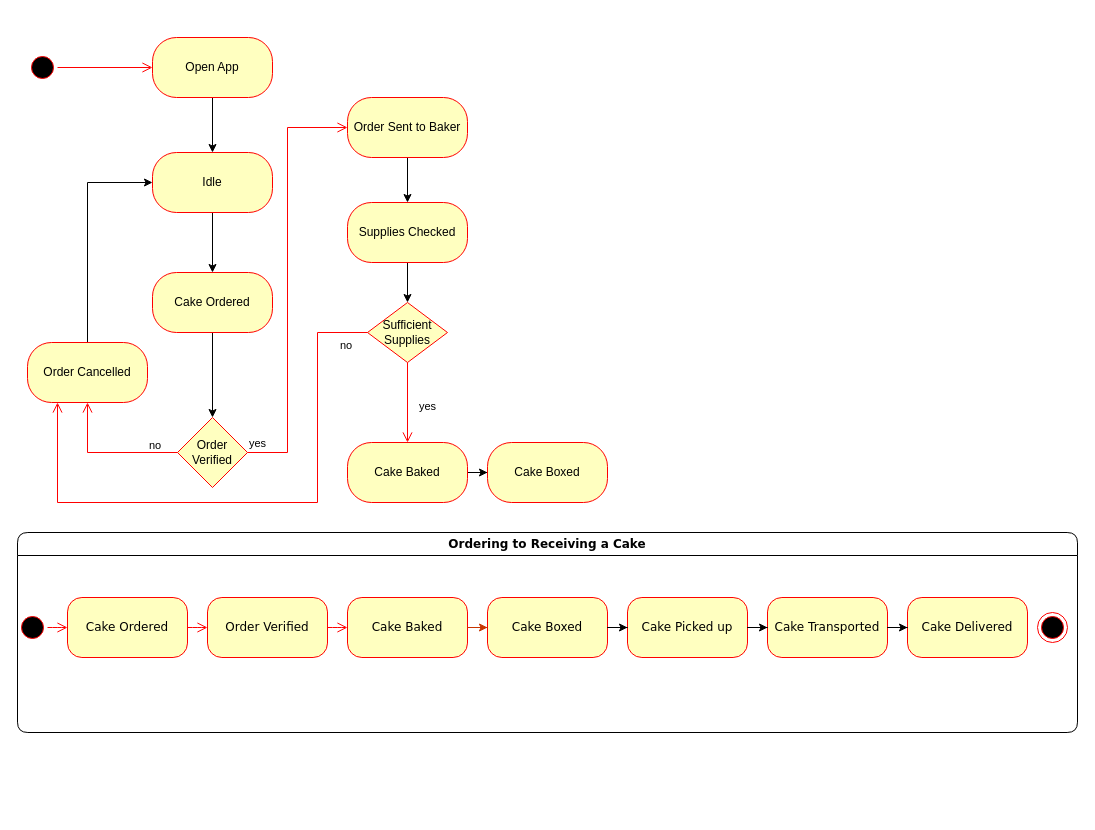
Before: planning/Cake Company State.drawio in ligipop/PlanningSolutions, a draw.io diagram. Source tidied: cells renumbered, new cells numbered last; positions are measured from the earlier drawing's top-left corner, leaving out a move shared by most shapes. Both pictures are drawn from the tidied source at 100%, with x=0, y=0 at pixel (17, 37).
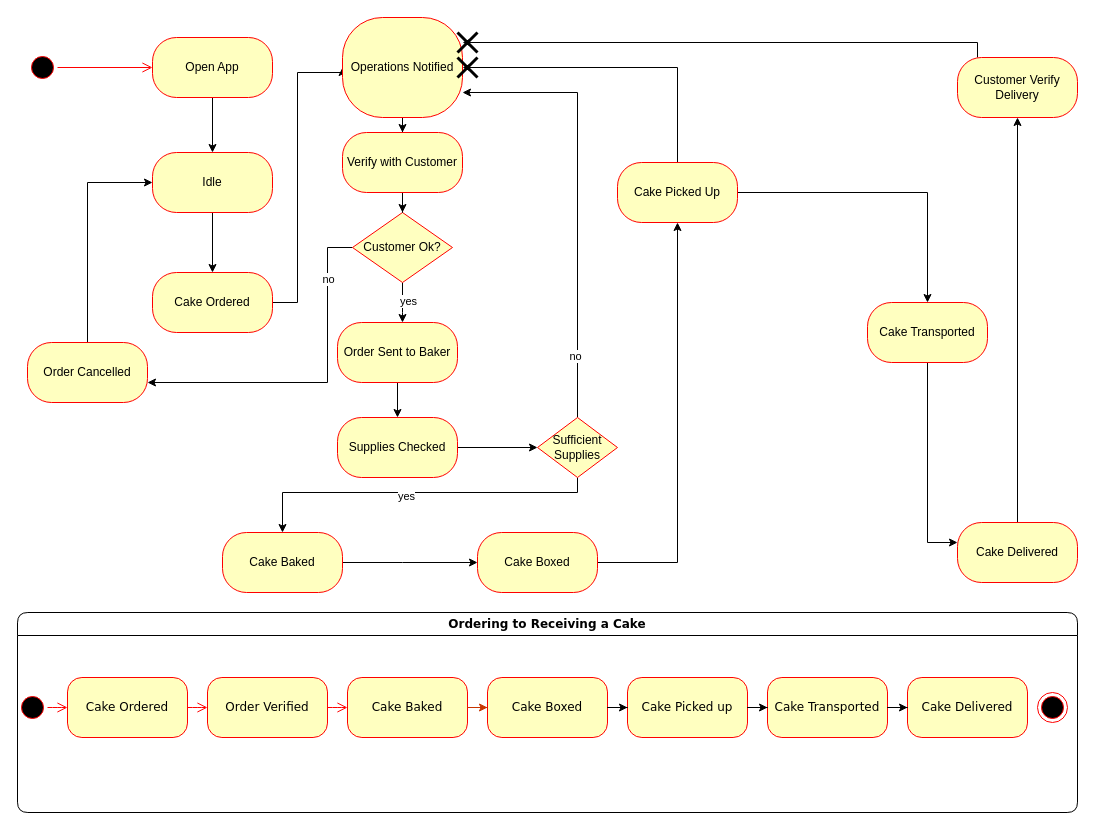
The same diagram, later.

Commit message:
Update Cake Company State_final.drawio

The change refers to these unchanged cells:
```xml
<mxCell id="26" value="Cake Ordered" style="whiteSpace=wrap;html=1;fillColor=#ffffc0;strokeColor=#ff0000;fontColor=#000000;rounded=1;arcSize=40;" parent="1" vertex="1">
  <mxGeometry x="135" y="235" width="120" height="60" as="geometry" />
</mxCell>
<mxCell id="31" value="Order Cancelled" style="whiteSpace=wrap;html=1;fillColor=#ffffc0;strokeColor=#ff0000;fontColor=#000000;rounded=1;arcSize=40;" parent="1" vertex="1">
  <mxGeometry x="10" y="305" width="120" height="60" as="geometry" />
</mxCell>
```

The edit, as a diff of the source:
```diff
@@
     <mxCell id="3" value="Ordering to Receiving a Cake" style="swimlane;whiteSpace=wrap;html=1;rounded=1;shadow=0;comic=0;labelBackgroundColor=none;strokeWidth=1;fontFamily=Verdana;fontSize=12;align=center;" parent="1" vertex="1">
-      <mxGeometry y="495" width="1060" height="200" as="geometry" />
+      <mxGeometry y="575" width="1060" height="200" as="geometry" />
     </mxCell>
@@
-    <mxCell id="25" style="edgeStyle=orthogonalEdgeStyle;rounded=0;jettySize=auto;html=1;" parent="1" edge="1" source="26" target="27">
-      <mxGeometry relative="1" as="geometry" />
-    </mxCell>
+    <mxCell id="42" style="edgeStyle=orthogonalEdgeStyle;rounded=0;jettySize=auto;html=1;entryX=0;entryY=0.5;entryDx=0;entryDy=0;" parent="1" edge="1" source="26" target="49">
+      <mxGeometry relative="1" as="geometry">
+        <Array as="points">
+          <mxPoint x="280" y="265" />
+          <mxPoint x="280" y="35" />
+        </Array>
+      </mxGeometry>
+    </mxCell>
@@
+    <mxCell id="28" style="edgeStyle=orthogonalEdgeStyle;rounded=0;jettySize=auto;html=1;" parent="1" edge="1" source="27" target="33">
+      <mxGeometry relative="1" as="geometry">
+        <Array as="points">
+          <mxPoint x="385" y="275" />
+          <mxPoint x="385" y="275" />
+        </Array>
+      </mxGeometry>
+    </mxCell>
+    <mxCell id="43" value="yes" style="edgeLabel;html=1;align=center;verticalAlign=middle;" parent="28" vertex="1">
+      <mxGeometry x="-0.88" y="2" relative="1" as="geometry">
+        <mxPoint x="3" y="16" as="offset" />
+      </mxGeometry>
+    </mxCell>
+    <mxCell id="29" style="edgeStyle=orthogonalEdgeStyle;rounded=0;jettySize=auto;html=1;" parent="1" edge="1" source="27" target="31">
+      <mxGeometry relative="1" as="geometry">
+        <Array as="points">
+          <mxPoint x="310" y="210" />
+          <mxPoint x="310" y="345" />
+        </Array>
+      </mxGeometry>
+    </mxCell>
+    <mxCell id="44" value="no" style="edgeLabel;html=1;align=center;verticalAlign=middle;" parent="29" vertex="1">
+      <mxGeometry x="-0.67" relative="1" as="geometry" />
+    </mxCell>
-    <mxCell id="27" value="Order Verified" style="rhombus;whiteSpace=wrap;html=1;fillColor=#ffffc0;strokeColor=#ff0000;" parent="1" vertex="1">
-      <mxGeometry x="160" y="380" width="70" height="70" as="geometry" />
+    <mxCell id="27" value="Customer Ok?" style="rhombus;whiteSpace=wrap;html=1;fillColor=#ffffc0;strokeColor=#ff0000;" parent="1" vertex="1">
+      <mxGeometry x="335" y="175" width="100" height="70" as="geometry" />
     </mxCell>
-    <mxCell id="28" value="&lt;div&gt;yes&lt;/div&gt;" style="edgeStyle=orthogonalEdgeStyle;html=1;align=left;verticalAlign=bottom;endArrow=open;endSize=8;strokeColor=#ff0000;rounded=0;entryX=0;entryY=0.5;entryDx=0;entryDy=0;" parent="1" edge="1" source="27" target="33">
-      <mxGeometry x="-1" relative="1" as="geometry">
-        <Array as="points">
-          <mxPoint x="270" y="415" />
-          <mxPoint x="270" y="90" />
-        </Array>
-      </mxGeometry>
-    </mxCell>
-    <mxCell id="29" value="no" style="edgeStyle=orthogonalEdgeStyle;html=1;align=left;verticalAlign=top;endArrow=open;endSize=8;strokeColor=#ff0000;rounded=0;entryX=0.5;entryY=1;entryDx=0;entryDy=0;" parent="1" edge="1" source="27" target="31">
-      <mxGeometry x="-0.57" y="-20" relative="1" as="geometry">
-        <Array as="points">
-          <mxPoint x="70" y="415" />
-        </Array>
-      </mxGeometry>
-    </mxCell>
@@
     <mxCell id="33" value="Order Sent to Baker" style="whiteSpace=wrap;html=1;fillColor=#ffffc0;strokeColor=#ff0000;fontColor=#000000;rounded=1;arcSize=40;" parent="1" vertex="1">
-      <mxGeometry x="330" y="60" width="120" height="60" as="geometry" />
+      <mxGeometry x="320" y="285" width="120" height="60" as="geometry" />
     </mxCell>
@@
     <mxCell id="35" value="Supplies Checked" style="whiteSpace=wrap;html=1;fillColor=#ffffc0;strokeColor=#ff0000;fontColor=#000000;rounded=1;arcSize=40;" parent="1" vertex="1">
-      <mxGeometry x="330" y="165" width="120" height="60" as="geometry" />
+      <mxGeometry x="320" y="380" width="120" height="60" as="geometry" />
     </mxCell>
+    <mxCell id="45" style="edgeStyle=orthogonalEdgeStyle;rounded=0;jettySize=auto;html=1;" parent="1" edge="1" source="36" target="49">
+      <mxGeometry relative="1" as="geometry">
+        <Array as="points">
+          <mxPoint x="560" y="55" />
+        </Array>
+      </mxGeometry>
+    </mxCell>
+    <mxCell id="46" value="no" style="edgeLabel;html=1;align=center;verticalAlign=middle;" parent="45" vertex="1">
+      <mxGeometry x="-0.72" y="3" relative="1" as="geometry" />
+    </mxCell>
+    <mxCell id="37" style="edgeStyle=orthogonalEdgeStyle;rounded=0;jettySize=auto;html=1;" parent="1" edge="1" source="36" target="40">
+      <mxGeometry relative="1" as="geometry">
+        <Array as="points">
+          <mxPoint x="560" y="455" />
+        </Array>
+      </mxGeometry>
+    </mxCell>
+    <mxCell id="47" value="yes" style="edgeLabel;html=1;align=center;verticalAlign=middle;" parent="37" vertex="1">
+      <mxGeometry x="0.07" y="3" relative="1" as="geometry" />
+    </mxCell>
     <mxCell id="36" value="Sufficient Supplies" style="rhombus;whiteSpace=wrap;html=1;fillColor=#ffffc0;strokeColor=#ff0000;" parent="1" vertex="1">
-      <mxGeometry x="350" y="265" width="80" height="60" as="geometry" />
+      <mxGeometry x="520" y="380" width="80" height="60" as="geometry" />
     </mxCell>
-    <mxCell id="37" value="yes" style="edgeStyle=orthogonalEdgeStyle;html=1;align=left;verticalAlign=bottom;endArrow=open;endSize=8;strokeColor=#ff0000;rounded=0;entryX=0.5;entryY=0;entryDx=0;entryDy=0;" parent="1" edge="1" source="36" target="40">
-      <mxGeometry x="0.33" y="10" relative="1" as="geometry" />
-    </mxCell>
-    <mxCell id="38" value="no" style="edgeStyle=orthogonalEdgeStyle;html=1;align=left;verticalAlign=top;endArrow=open;endSize=8;strokeColor=#ff0000;rounded=0;entryX=0.25;entryY=1;entryDx=0;entryDy=0;" parent="1" edge="1" source="36" target="31">
-      <mxGeometry x="-0.9" relative="1" as="geometry">
-        <Array as="points">
-          <mxPoint x="300" y="295" />
-          <mxPoint x="300" y="465" />
-          <mxPoint x="40" y="465" />
-        </Array>
-      </mxGeometry>
-    </mxCell>
+    <mxCell id="48" style="edgeStyle=orthogonalEdgeStyle;rounded=0;jettySize=auto;html=1;" parent="1" edge="1" source="49" target="61">
+      <mxGeometry relative="1" as="geometry" />
+    </mxCell>
+    <mxCell id="49" value="Operations Notified" style="whiteSpace=wrap;html=1;fillColor=#ffffc0;strokeColor=#ff0000;fontColor=#000000;rounded=1;arcSize=40;" parent="1" vertex="1">
+      <mxGeometry x="325" y="-20" width="120" height="100" as="geometry" />
+    </mxCell>
     <mxCell id="39" style="edgeStyle=orthogonalEdgeStyle;rounded=0;jettySize=auto;html=1;" parent="1" edge="1" source="40" target="41">
-      <mxGeometry relative="1" as="geometry" />
+      <mxGeometry relative="1" as="geometry">
+        <Array as="points">
+          <mxPoint x="385" y="525" />
+        </Array>
+      </mxGeometry>
     </mxCell>
-    <mxCell id="40" value="Cake Baked" style="whiteSpace=wrap;html=1;fillColor=#ffffc0;strokeColor=#ff0000;fontColor=#000000;rounded=1;arcSize=40;" parent="1" vertex="1">
-      <mxGeometry x="330" y="405" width="120" height="60" as="geometry" />
+    <mxCell id="40" value="Cake Baked" style="rounded=1;whiteSpace=wrap;html=1;arcSize=40;fontColor=#000000;fillColor=#ffffc0;strokeColor=#ff0000;" parent="1" vertex="1">
+      <mxGeometry x="205" y="495" width="120" height="60" as="geometry" />
     </mxCell>
+    <mxCell id="50" style="edgeStyle=orthogonalEdgeStyle;rounded=0;jettySize=auto;html=1;" parent="1" edge="1" source="41" target="53">
+      <mxGeometry relative="1" as="geometry" />
+    </mxCell>
-    <mxCell id="41" value="Cake Boxed" style="whiteSpace=wrap;html=1;fillColor=#ffffc0;strokeColor=#ff0000;fontColor=#000000;rounded=1;arcSize=40;" parent="1" vertex="1">
-      <mxGeometry x="470" y="405" width="120" height="60" as="geometry" />
+    <mxCell id="41" value="Cake Boxed" style="rounded=1;whiteSpace=wrap;html=1;arcSize=40;fontColor=#000000;fillColor=#ffffc0;strokeColor=#ff0000;" parent="1" vertex="1">
+      <mxGeometry x="460" y="495" width="120" height="60" as="geometry" />
     </mxCell>
+    <mxCell id="51" style="edgeStyle=orthogonalEdgeStyle;rounded=0;jettySize=auto;html=1;" parent="1" edge="1" source="53" target="49">
+      <mxGeometry relative="1" as="geometry">
+        <Array as="points">
+          <mxPoint x="660" y="30" />
+        </Array>
+      </mxGeometry>
+    </mxCell>
+    <mxCell id="52" style="edgeStyle=orthogonalEdgeStyle;rounded=0;jettySize=auto;html=1;" parent="1" edge="1" source="53" target="55">
+      <mxGeometry relative="1" as="geometry">
+        <Array as="points">
+          <mxPoint x="910" y="155" />
+        </Array>
+      </mxGeometry>
+    </mxCell>
+    <mxCell id="53" value="Cake Picked Up" style="rounded=1;whiteSpace=wrap;html=1;arcSize=40;fontColor=#000000;fillColor=#ffffc0;strokeColor=#ff0000;" parent="1" vertex="1">
+      <mxGeometry x="600" y="125" width="120" height="60" as="geometry" />
+    </mxCell>
+    <mxCell id="54" style="edgeStyle=orthogonalEdgeStyle;rounded=0;jettySize=auto;html=1;" parent="1" edge="1" source="55" target="57">
+      <mxGeometry relative="1" as="geometry">
+        <Array as="points">
+          <mxPoint x="910" y="505" />
+        </Array>
+      </mxGeometry>
+    </mxCell>
+    <mxCell id="55" value="Cake Transported" style="rounded=1;whiteSpace=wrap;html=1;arcSize=40;fontColor=#000000;fillColor=#ffffc0;strokeColor=#ff0000;" parent="1" vertex="1">
+      <mxGeometry x="850" y="265" width="120" height="60" as="geometry" />
+    </mxCell>
+    <mxCell id="56" style="edgeStyle=orthogonalEdgeStyle;rounded=0;jettySize=auto;html=1;" parent="1" edge="1" source="57" target="59">
+      <mxGeometry relative="1" as="geometry" />
+    </mxCell>
+    <mxCell id="57" value="Cake Delivered" style="rounded=1;whiteSpace=wrap;html=1;arcSize=40;fontColor=#000000;fillColor=#ffffc0;strokeColor=#ff0000;" parent="1" vertex="1">
+      <mxGeometry x="940" y="485" width="120" height="60" as="geometry" />
+    </mxCell>
+    <mxCell id="58" style="edgeStyle=orthogonalEdgeStyle;rounded=0;jettySize=auto;html=1;" parent="1" edge="1" source="59" target="49">
+      <mxGeometry relative="1" as="geometry">
+        <Array as="points">
+          <mxPoint x="960" y="5" />
+        </Array>
+      </mxGeometry>
+    </mxCell>
+    <mxCell id="59" value="Customer Verify Delivery" style="rounded=1;whiteSpace=wrap;html=1;arcSize=40;fontColor=#000000;fillColor=#ffffc0;strokeColor=#ff0000;" parent="1" vertex="1">
+      <mxGeometry x="940" y="20" width="120" height="60" as="geometry" />
+    </mxCell>
+    <mxCell id="60" style="edgeStyle=orthogonalEdgeStyle;rounded=0;jettySize=auto;html=1;" parent="1" edge="1" source="61" target="27">
+      <mxGeometry relative="1" as="geometry" />
+    </mxCell>
+    <mxCell id="61" value="Verify with Customer" style="whiteSpace=wrap;html=1;fillColor=#ffffc0;strokeColor=#ff0000;fontColor=#000000;rounded=1;arcSize=40;" parent="1" vertex="1">
+      <mxGeometry x="325" y="95" width="120" height="60" as="geometry" />
+    </mxCell>
+    <mxCell id="62" style="shape=umlDestroy;whiteSpace=wrap;html=1;strokeWidth=3;" parent="1" vertex="1">
+      <mxGeometry x="440" y="20" width="20" height="20" as="geometry" />
+    </mxCell>
+    <mxCell id="63" style="shape=umlDestroy;whiteSpace=wrap;html=1;strokeWidth=3;" parent="1" vertex="1">
+      <mxGeometry x="440" y="-5" width="20" height="20" as="geometry" />
+    </mxCell>
```
